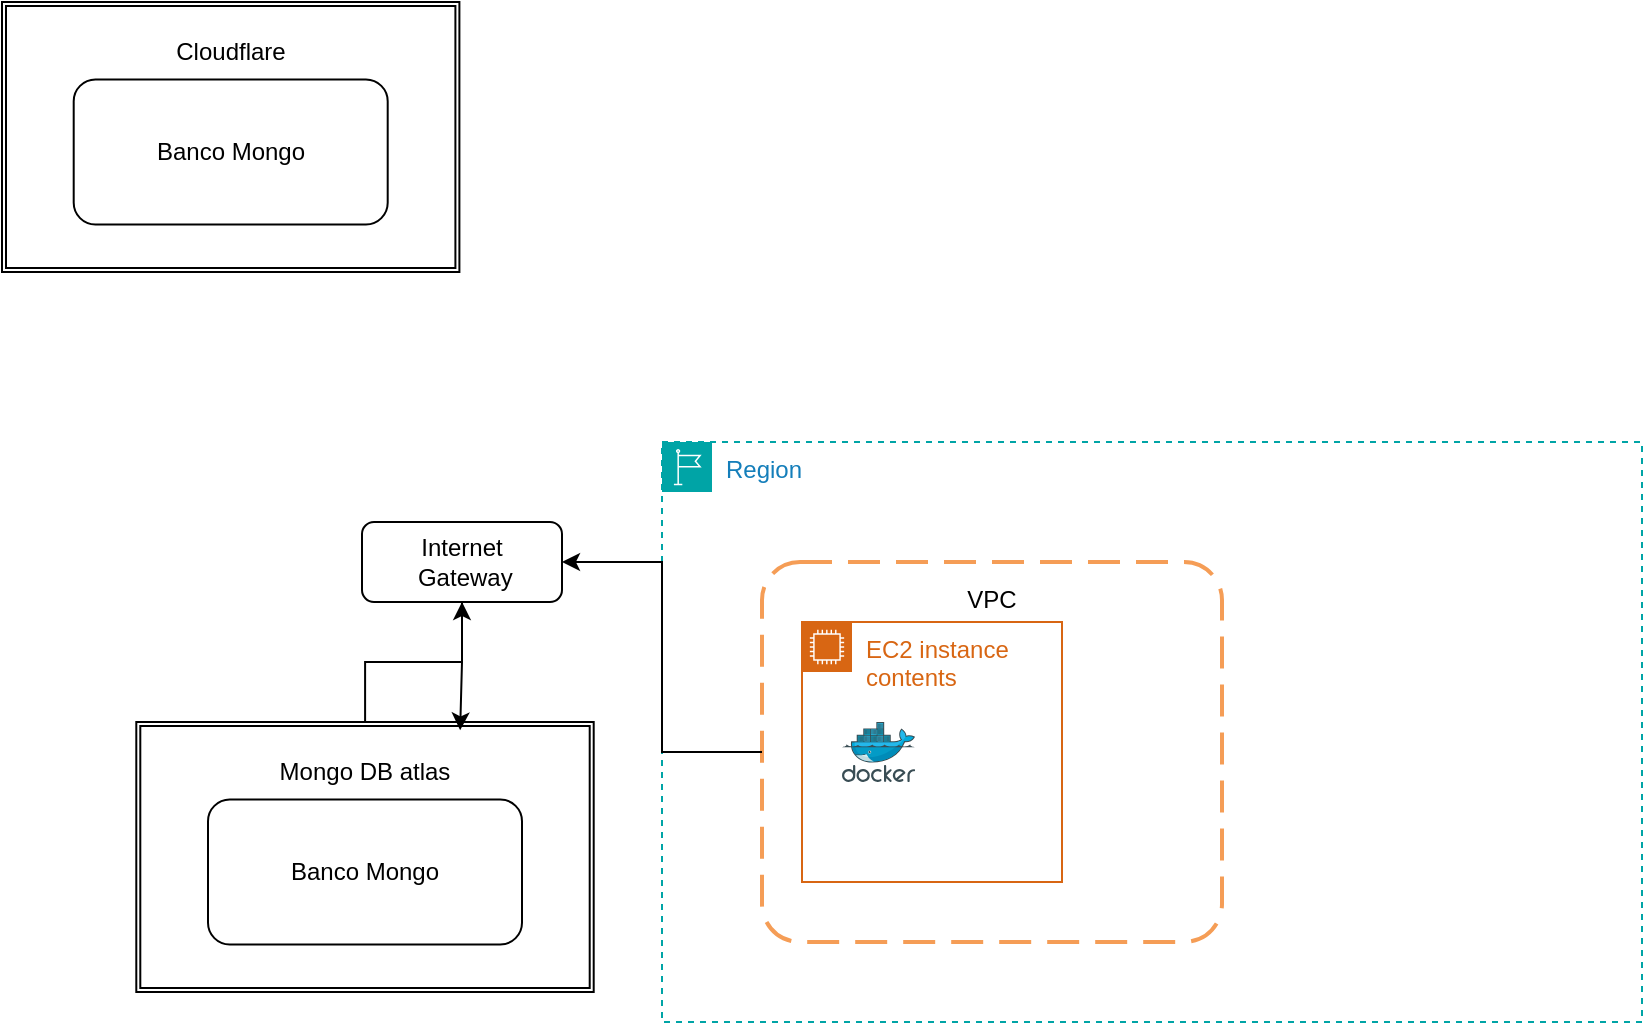
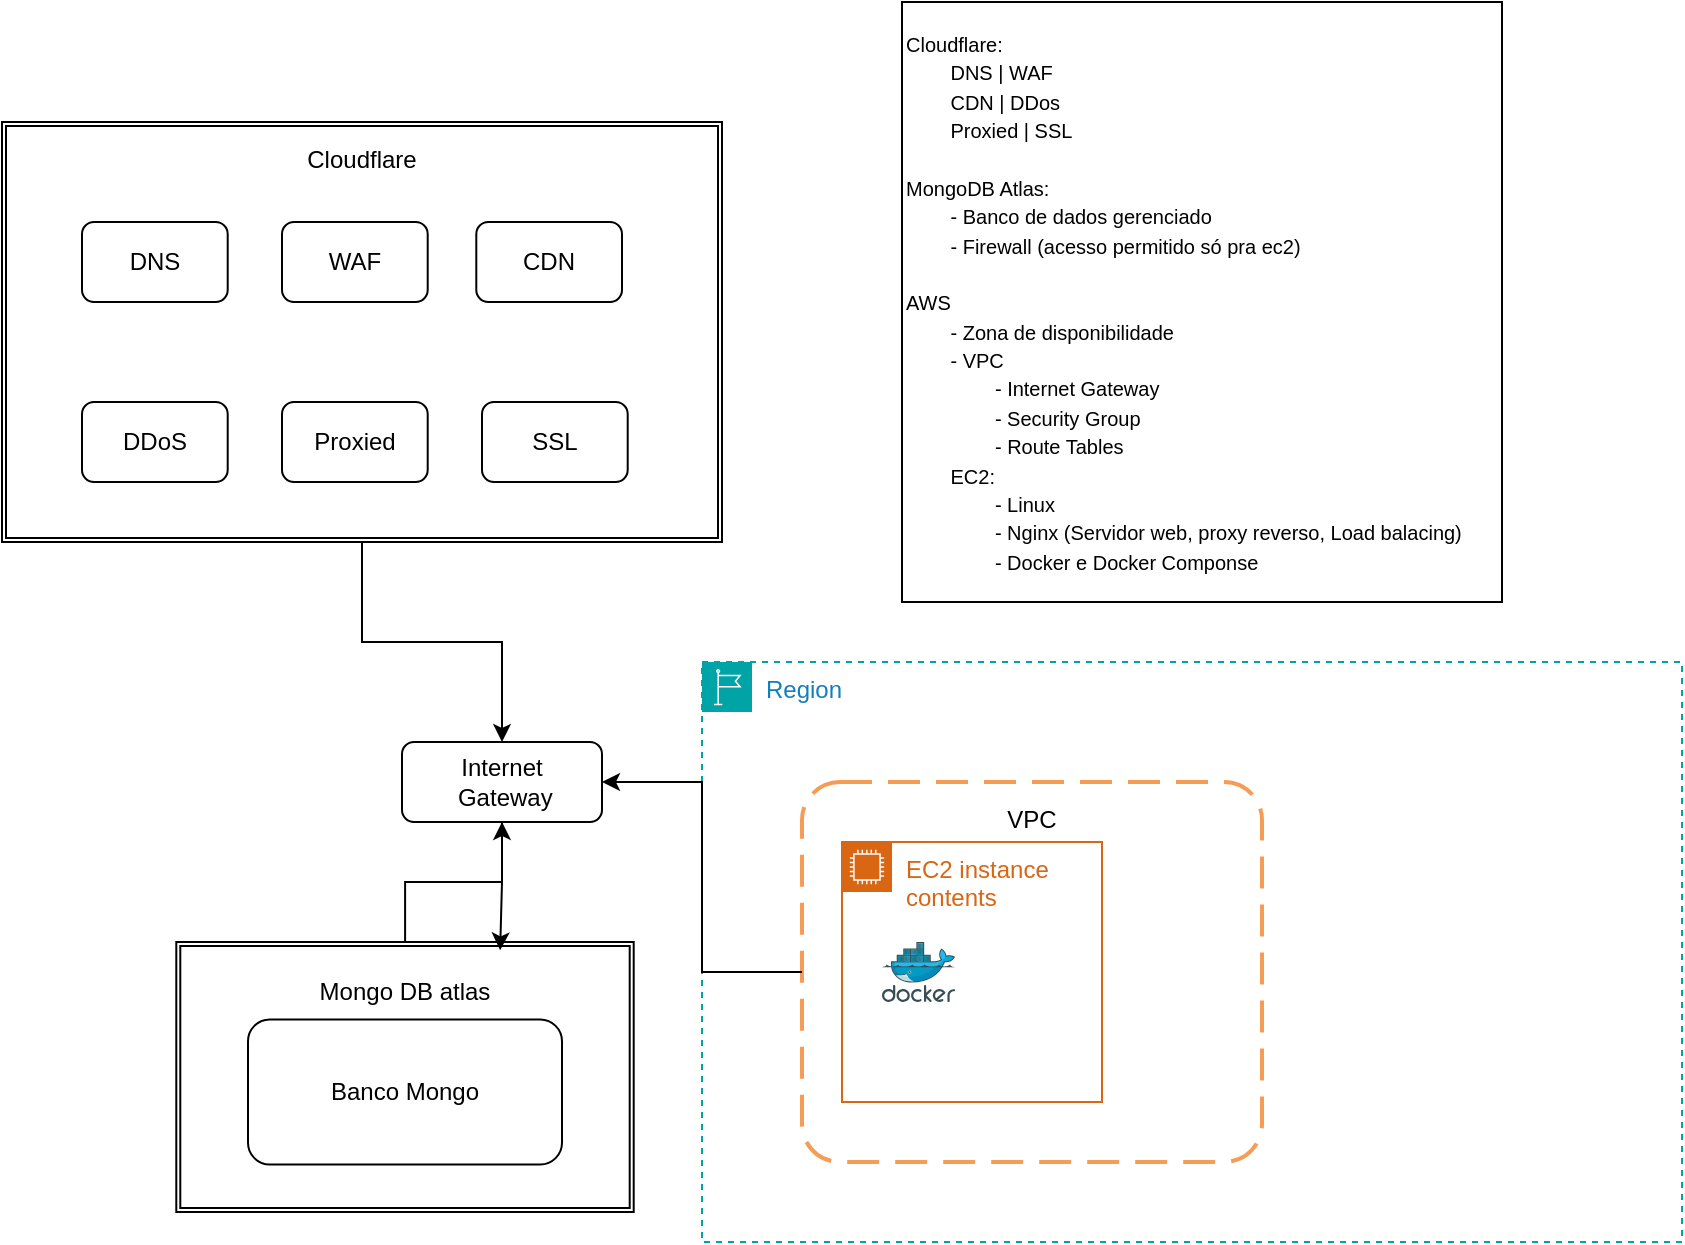
<mxfile host="app.diagrams.net">
  <diagram name="Página-1" id="4BvCFZMNRW9jHhfWI23w">
-     <mxGraphModel dx="3969" dy="805" grid="1" gridSize="10" guides="1" tooltips="1" connect="1" arrows="1" fold="1" page="1" pageScale="1" pageWidth="827" pageHeight="1169" math="0" shadow="0">
+     <mxGraphModel dx="3711" dy="665" grid="1" gridSize="10" guides="1" tooltips="1" connect="1" arrows="1" fold="1" page="1" pageScale="1" pageWidth="827" pageHeight="1169" math="0" shadow="0">
      <root>
        <mxCell id="0" />
        <mxCell id="1" parent="0" />
        <mxCell id="YcGAJsm5HjixaCPBrkQE-1" parent="1" style="points=[[0,0],[0.25,0],[0.5,0],[0.75,0],[1,0],[1,0.25],[1,0.5],[1,0.75],[1,1],[0.75,1],[0.5,1],[0.25,1],[0,1],[0,0.75],[0,0.5],[0,0.25]];outlineConnect=0;gradientColor=none;html=1;whiteSpace=wrap;fontSize=12;fontStyle=0;container=1;pointerEvents=0;collapsible=0;recursiveResize=0;shape=mxgraph.aws4.group;grIcon=mxgraph.aws4.group_region;strokeColor=#00A4A6;fillColor=none;verticalAlign=top;align=left;spacingLeft=30;fontColor=#147EBA;dashed=1;" value="Region" vertex="1">
          <mxGeometry height="290" width="490" x="-2010" y="340" as="geometry" />
        </mxCell>
        <mxCell id="YcGAJsm5HjixaCPBrkQE-2" parent="YcGAJsm5HjixaCPBrkQE-1" style="rounded=1;arcSize=10;dashed=1;strokeColor=#F59D56;fillColor=none;gradientColor=none;dashPattern=8 4;strokeWidth=2;" value="&#xa;VPC&#xa;&#xa;&#xa;&#xa;&#xa;&#xa;&#xa;&#xa;&#xa;&#xa;&#xa;&#xa;" vertex="1">
          <mxGeometry height="190" width="230" x="50" y="60" as="geometry" />
        </mxCell>
        <mxCell id="YcGAJsm5HjixaCPBrkQE-3" parent="YcGAJsm5HjixaCPBrkQE-1" style="points=[[0,0],[0.25,0],[0.5,0],[0.75,0],[1,0],[1,0.25],[1,0.5],[1,0.75],[1,1],[0.75,1],[0.5,1],[0.25,1],[0,1],[0,0.75],[0,0.5],[0,0.25]];outlineConnect=0;gradientColor=none;html=1;whiteSpace=wrap;fontSize=12;fontStyle=0;container=1;pointerEvents=0;collapsible=0;recursiveResize=0;shape=mxgraph.aws4.group;grIcon=mxgraph.aws4.group_ec2_instance_contents;strokeColor=#D86613;fillColor=none;verticalAlign=top;align=left;spacingLeft=30;fontColor=#D86613;dashed=0;" value="EC2 instance contents" vertex="1">
          <mxGeometry height="130" width="130" x="70" y="90" as="geometry" />
        </mxCell>
        <mxCell id="IZ5L02Oai5kjVrxUc1_U-13" parent="YcGAJsm5HjixaCPBrkQE-1" style="image;sketch=0;aspect=fixed;html=1;points=[];align=center;fontSize=12;image=img/lib/mscae/Docker.svg;" value="" vertex="1">
          <mxGeometry height="30" width="36.58" x="90" y="140" as="geometry" />
        </mxCell>
        <mxCell id="YcGAJsm5HjixaCPBrkQE-7" parent="1" style="rounded=1;whiteSpace=wrap;html=1;" value="Internet&lt;div&gt;&amp;nbsp;Gateway&lt;/div&gt;" vertex="1">
          <mxGeometry height="40" width="100" x="-2160" y="380" as="geometry" />
        </mxCell>
        <mxCell id="IZ5L02Oai5kjVrxUc1_U-7" parent="1" style="rounded=1;whiteSpace=wrap;html=1;fillColor=none;" value="Banco Mongo" vertex="1">
          <mxGeometry height="72.5" width="157" x="-2237" y="518.75" as="geometry" />
        </mxCell>
        <mxCell id="IZ5L02Oai5kjVrxUc1_U-15" edge="1" parent="1" source="IZ5L02Oai5kjVrxUc1_U-8" style="edgeStyle=orthogonalEdgeStyle;rounded=0;orthogonalLoop=1;jettySize=auto;html=1;entryX=0.5;entryY=1;entryDx=0;entryDy=0;" target="YcGAJsm5HjixaCPBrkQE-7">
          <mxGeometry relative="1" as="geometry" />
        </mxCell>
        <mxCell id="IZ5L02Oai5kjVrxUc1_U-8" parent="1" style="shape=ext;double=1;rounded=0;whiteSpace=wrap;html=1;fillColor=none;" value="&lt;div&gt;&lt;br&gt;&lt;/div&gt;&lt;div&gt;Mongo DB atlas&lt;/div&gt;&lt;div&gt;&lt;br&gt;&lt;/div&gt;&lt;div&gt;&lt;br&gt;&lt;/div&gt;&lt;div&gt;&lt;br&gt;&lt;/div&gt;&lt;div&gt;&lt;br&gt;&lt;/div&gt;&lt;div&gt;&lt;br&gt;&lt;/div&gt;&lt;div&gt;&lt;br&gt;&lt;/div&gt;&lt;div&gt;&lt;br&gt;&lt;/div&gt;" vertex="1">
          <mxGeometry height="135" width="228.7" x="-2272.85" y="480" as="geometry" />
        </mxCell>
        <mxCell id="IZ5L02Oai5kjVrxUc1_U-16" edge="1" parent="1" source="YcGAJsm5HjixaCPBrkQE-7" style="edgeStyle=orthogonalEdgeStyle;rounded=0;orthogonalLoop=1;jettySize=auto;html=1;entryX=0.708;entryY=0.031;entryDx=0;entryDy=0;entryPerimeter=0;" target="IZ5L02Oai5kjVrxUc1_U-8">
          <mxGeometry relative="1" as="geometry">
            <Array as="points">
              <mxPoint x="-2110" y="450" />
              <mxPoint x="-2111" y="450" />
            </Array>
          </mxGeometry>
        </mxCell>
        <mxCell id="IZ5L02Oai5kjVrxUc1_U-17" edge="1" parent="1" source="YcGAJsm5HjixaCPBrkQE-2" style="edgeStyle=orthogonalEdgeStyle;rounded=0;orthogonalLoop=1;jettySize=auto;html=1;entryX=1;entryY=0.5;entryDx=0;entryDy=0;" target="YcGAJsm5HjixaCPBrkQE-7">
          <mxGeometry relative="1" as="geometry" />
        </mxCell>
-         <mxCell id="IZ5L02Oai5kjVrxUc1_U-18" parent="1" style="rounded=1;whiteSpace=wrap;html=1;fillColor=none;" value="Banco Mongo" vertex="1">
-           <mxGeometry height="72.5" width="157" x="-2304.15" y="158.75" as="geometry" />
+         <mxCell id="IZ5L02Oai5kjVrxUc1_U-18" parent="1" style="rounded=1;whiteSpace=wrap;html=1;fillColor=none;" value="DNS" vertex="1">
+           <mxGeometry height="40" width="72.85" x="-2320" y="120" as="geometry" />
        </mxCell>
-         <mxCell id="IZ5L02Oai5kjVrxUc1_U-19" parent="1" style="shape=ext;double=1;rounded=0;whiteSpace=wrap;html=1;fillColor=none;" value="&lt;div&gt;&lt;br&gt;&lt;/div&gt;&lt;div&gt;Cloudflare&lt;/div&gt;&lt;div&gt;&lt;br&gt;&lt;/div&gt;&lt;div&gt;&lt;br&gt;&lt;/div&gt;&lt;div&gt;&lt;br&gt;&lt;/div&gt;&lt;div&gt;&lt;br&gt;&lt;/div&gt;&lt;div&gt;&lt;br&gt;&lt;/div&gt;&lt;div&gt;&lt;br&gt;&lt;/div&gt;&lt;div&gt;&lt;br&gt;&lt;/div&gt;" vertex="1">
-           <mxGeometry height="135" width="228.7" x="-2340" y="120" as="geometry" />
+         <mxCell id="IZ5L02Oai5kjVrxUc1_U-25" edge="1" parent="1" source="IZ5L02Oai5kjVrxUc1_U-19" style="edgeStyle=orthogonalEdgeStyle;rounded=0;orthogonalLoop=1;jettySize=auto;html=1;entryX=0.5;entryY=0;entryDx=0;entryDy=0;" target="YcGAJsm5HjixaCPBrkQE-7">
+           <mxGeometry relative="1" as="geometry" />
+         </mxCell>
+         <mxCell id="IZ5L02Oai5kjVrxUc1_U-19" parent="1" style="shape=ext;double=1;rounded=0;whiteSpace=wrap;html=1;fillColor=none;" value="&lt;div&gt;&lt;br&gt;&lt;/div&gt;&lt;div&gt;Cloudflare&lt;/div&gt;&lt;div&gt;&lt;br&gt;&lt;/div&gt;&lt;div&gt;&lt;br&gt;&lt;/div&gt;&lt;div&gt;&lt;br&gt;&lt;/div&gt;&lt;div&gt;&lt;br&gt;&lt;/div&gt;&lt;div&gt;&lt;br&gt;&lt;/div&gt;&lt;div&gt;&lt;br&gt;&lt;/div&gt;&lt;div&gt;&lt;br&gt;&lt;/div&gt;&lt;div&gt;&lt;br&gt;&lt;/div&gt;&lt;div&gt;&lt;br&gt;&lt;/div&gt;&lt;div&gt;&lt;br&gt;&lt;/div&gt;&lt;div&gt;&lt;br&gt;&lt;/div&gt;&lt;div&gt;&lt;br&gt;&lt;/div&gt;&lt;div&gt;&lt;br&gt;&lt;/div&gt;" vertex="1">
+           <mxGeometry height="210" width="360" x="-2360" y="70" as="geometry" />
+         </mxCell>
+         <mxCell id="IZ5L02Oai5kjVrxUc1_U-20" parent="1" style="rounded=1;whiteSpace=wrap;html=1;fillColor=none;" value="DDoS" vertex="1">
+           <mxGeometry height="40" width="72.85" x="-2320" y="210" as="geometry" />
+         </mxCell>
+         <mxCell id="IZ5L02Oai5kjVrxUc1_U-21" parent="1" style="rounded=1;whiteSpace=wrap;html=1;fillColor=none;" value="WAF" vertex="1">
+           <mxGeometry height="40" width="72.85" x="-2220" y="120" as="geometry" />
+         </mxCell>
+         <mxCell id="IZ5L02Oai5kjVrxUc1_U-22" parent="1" style="rounded=1;whiteSpace=wrap;html=1;fillColor=none;" value="Proxied" vertex="1">
+           <mxGeometry height="40" width="72.85" x="-2220" y="210" as="geometry" />
+         </mxCell>
+         <mxCell id="IZ5L02Oai5kjVrxUc1_U-23" parent="1" style="rounded=1;whiteSpace=wrap;html=1;fillColor=none;" value="CDN" vertex="1">
+           <mxGeometry height="40" width="72.85" x="-2122.85" y="120" as="geometry" />
+         </mxCell>
+         <mxCell id="IZ5L02Oai5kjVrxUc1_U-24" parent="1" style="rounded=1;whiteSpace=wrap;html=1;fillColor=none;" value="SSL" vertex="1">
+           <mxGeometry height="40" width="72.85" x="-2120" y="210" as="geometry" />
+         </mxCell>
+         <mxCell id="IZ5L02Oai5kjVrxUc1_U-27" parent="1" style="rounded=0;whiteSpace=wrap;html=1;align=left;" value="&lt;font style=&quot;font-size: 10px;&quot;&gt;Cloudflare:&lt;br&gt;&lt;span style=&quot;white-space: pre;&quot;&gt;&#x9;&lt;/span&gt;DNS | WAF&lt;br&gt;&lt;span style=&quot;white-space: pre;&quot;&gt;&#x9;&lt;/span&gt;CDN | DDos&lt;br&gt;&lt;span style=&quot;white-space: pre;&quot;&gt;&#x9;&lt;/span&gt;Proxied | &lt;span style=&quot;text-align: center;&quot;&gt;SSL&lt;/span&gt;&lt;/font&gt;&lt;div&gt;&lt;span style=&quot;text-align: center;&quot;&gt;&lt;font style=&quot;font-size: 10px;&quot;&gt;&lt;br&gt;&lt;/font&gt;&lt;/span&gt;&lt;/div&gt;&lt;div&gt;&lt;span style=&quot;text-align: center;&quot;&gt;&lt;font style=&quot;font-size: 10px;&quot;&gt;MongoDB Atlas:&lt;/font&gt;&lt;/span&gt;&lt;/div&gt;&lt;div&gt;&lt;span style=&quot;text-align: center;&quot;&gt;&lt;font style=&quot;font-size: 10px;&quot;&gt;&lt;span style=&quot;white-space: pre;&quot;&gt;&#x9;&lt;/span&gt;- Banco de dados gerenciado&lt;/font&gt;&lt;/span&gt;&lt;/div&gt;&lt;div&gt;&lt;span style=&quot;text-align: center;&quot;&gt;&lt;font style=&quot;font-size: 10px;&quot;&gt;&lt;span style=&quot;white-space: pre;&quot;&gt;&#x9;&lt;/span&gt;- Firewall (acesso permitido só pra ec2)&lt;/font&gt;&lt;/span&gt;&lt;/div&gt;&lt;div&gt;&lt;span style=&quot;text-align: center;&quot;&gt;&lt;font style=&quot;font-size: 10px;&quot;&gt;&lt;br&gt;&lt;/font&gt;&lt;/span&gt;&lt;/div&gt;&lt;div&gt;&lt;span style=&quot;text-align: center;&quot;&gt;&lt;font style=&quot;font-size: 10px;&quot;&gt;AWS&lt;/font&gt;&lt;/span&gt;&lt;/div&gt;&lt;div&gt;&lt;span style=&quot;text-align: center;&quot;&gt;&lt;font style=&quot;font-size: 10px;&quot;&gt;&lt;span style=&quot;white-space: pre;&quot;&gt;&#x9;&lt;/span&gt;- Zona de disponibilidade&lt;br&gt;&lt;/font&gt;&lt;/span&gt;&lt;/div&gt;&lt;div&gt;&lt;span style=&quot;text-align: center;&quot;&gt;&lt;font style=&quot;font-size: 10px;&quot;&gt;&lt;span style=&quot;white-space: pre;&quot;&gt;&#x9;&lt;/span&gt;- VPC&lt;br&gt;&lt;/font&gt;&lt;/span&gt;&lt;/div&gt;&lt;div&gt;&lt;span style=&quot;text-align: center;&quot;&gt;&lt;font style=&quot;font-size: 10px;&quot;&gt;&lt;span style=&quot;white-space: pre;&quot;&gt;&#x9;&lt;span style=&quot;white-space: pre;&quot;&gt;&#x9;&lt;/span&gt;- &lt;/span&gt;Internet Gateway&lt;br&gt;&lt;/font&gt;&lt;/span&gt;&lt;/div&gt;&lt;div&gt;&lt;span style=&quot;text-align: center;&quot;&gt;&lt;font style=&quot;font-size: 10px;&quot;&gt;&lt;span style=&quot;white-space: pre;&quot;&gt;&#x9;&lt;/span&gt;&lt;span style=&quot;white-space: pre;&quot;&gt;&#x9;&lt;/span&gt;- Security Group&lt;br&gt;&lt;/font&gt;&lt;/span&gt;&lt;/div&gt;&lt;div&gt;&lt;font style=&quot;font-size: 10px;&quot;&gt;&lt;span style=&quot;text-align: center;&quot;&gt;&lt;span style=&quot;white-space: pre;&quot;&gt;&#x9;&lt;/span&gt;&lt;span style=&quot;white-space: pre;&quot;&gt;&#x9;&lt;/span&gt;- &lt;/span&gt;&lt;span style=&quot;background-color: transparent; color: light-dark(rgb(0, 0, 0), rgb(255, 255, 255));&quot;&gt;Route Tables&lt;/span&gt;&lt;span style=&quot;text-align: center;&quot;&gt;&lt;br&gt;&lt;/span&gt;&lt;/font&gt;&lt;/div&gt;&lt;div&gt;&lt;font style=&quot;font-size: 10px;&quot;&gt;&lt;span style=&quot;white-space: pre;&quot;&gt;&#x9;&lt;/span&gt;EC2:&lt;/font&gt;&lt;/div&gt;&lt;div&gt;&lt;font style=&quot;font-size: 10px;&quot;&gt;&lt;span style=&quot;white-space: pre;&quot;&gt;&#x9;&lt;span style=&quot;white-space: pre;&quot;&gt;&#x9;&lt;/span&gt;- Linux&lt;/span&gt;&lt;/font&gt;&lt;/div&gt;&lt;div&gt;&lt;font style=&quot;font-size: 10px;&quot;&gt;&lt;span style=&quot;white-space: pre;&quot;&gt;&#x9;&lt;/span&gt;&lt;span style=&quot;white-space: pre;&quot;&gt;&#x9;&lt;/span&gt;- Nginx (Servidor web, proxy reverso, Load balacing)&lt;br&gt;&lt;/font&gt;&lt;/div&gt;&lt;div&gt;&lt;font style=&quot;font-size: 10px;&quot;&gt;&lt;span style=&quot;white-space: pre;&quot;&gt;&#x9;&lt;/span&gt;&lt;span style=&quot;white-space: pre;&quot;&gt;&#x9;&lt;/span&gt;- Docker e Docker Componse&lt;/font&gt;&lt;/div&gt;" vertex="1">
+           <mxGeometry height="300" width="300" x="-1910" y="10" as="geometry" />
        </mxCell>
      </root>
    </mxGraphModel>
  </diagram>
</mxfile>
